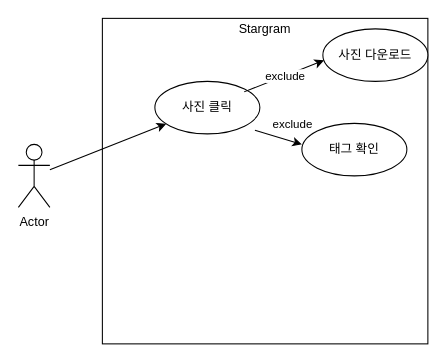
Before: Untitled Diagram2.drawio in betty214/codingtest, a draw.io diagram. Source tidied: cells renumbered, new cells numbered last; positions are measured from the earlier drawing's top-left corner, leaving out a move shared by most shapes. Both pictures are drawn from the tidied source at 105%, with x=0, y=0 at pixel (18, 18).
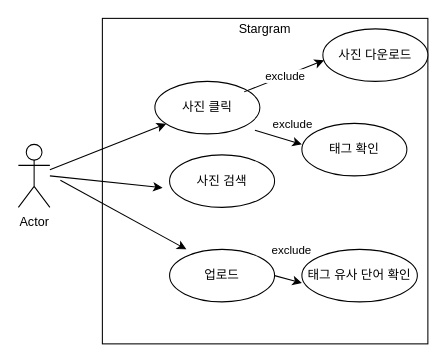
The same diagram, later.

Diff of the diagram source:
```diff
@@
+    <mxCell id="13" style="endArrow=classic;html=1;" parent="1" edge="1">
+      <mxGeometry relative="1" as="geometry">
+        <mxPoint x="40" y="154.1" as="sourcePoint" />
+        <mxPoint x="160" y="220" as="targetPoint" />
+      </mxGeometry>
+    </mxCell>
+    <mxCell id="14" value="업로드" style="ellipse;whiteSpace=wrap;html=1;" parent="1" vertex="1">
+      <mxGeometry x="144" y="220" width="100" height="50" as="geometry" />
+    </mxCell>
+    <mxCell id="15" value="사진 검색" style="ellipse;whiteSpace=wrap;html=1;" parent="1" vertex="1">
+      <mxGeometry x="144" y="130" width="100" height="50" as="geometry" />
+    </mxCell>
+    <mxCell id="16" style="endArrow=classic;html=1;entryX=-0.067;entryY=0.627;entryDx=0;entryDy=0;entryPerimeter=0;" parent="1" edge="1" target="15">
+      <mxGeometry relative="1" as="geometry">
+        <mxPoint x="30" y="150" as="sourcePoint" />
+      </mxGeometry>
+    </mxCell>
+    <mxCell id="17" value="태그 유사 단어 확인" style="ellipse;whiteSpace=wrap;html=1;" parent="1" vertex="1">
+      <mxGeometry x="270" y="220" width="110" height="50" as="geometry" />
+    </mxCell>
+    <mxCell id="18" style="endArrow=classic;html=1;exitX=1;exitY=0.5;exitDx=0;exitDy=0;entryX=0;entryY=0.64;entryDx=0;entryDy=0;entryPerimeter=0;" parent="1" edge="1" source="14" target="17">
+      <mxGeometry relative="1" as="geometry" />
+    </mxCell>
+    <mxCell id="19" value="exclude" style="edgeLabel;html=1;align=center;verticalAlign=middle;" parent="18" vertex="1">
+      <mxGeometry relative="1" as="geometry">
+        <mxPoint x="3" y="-28" as="offset" />
+      </mxGeometry>
+    </mxCell>
```
